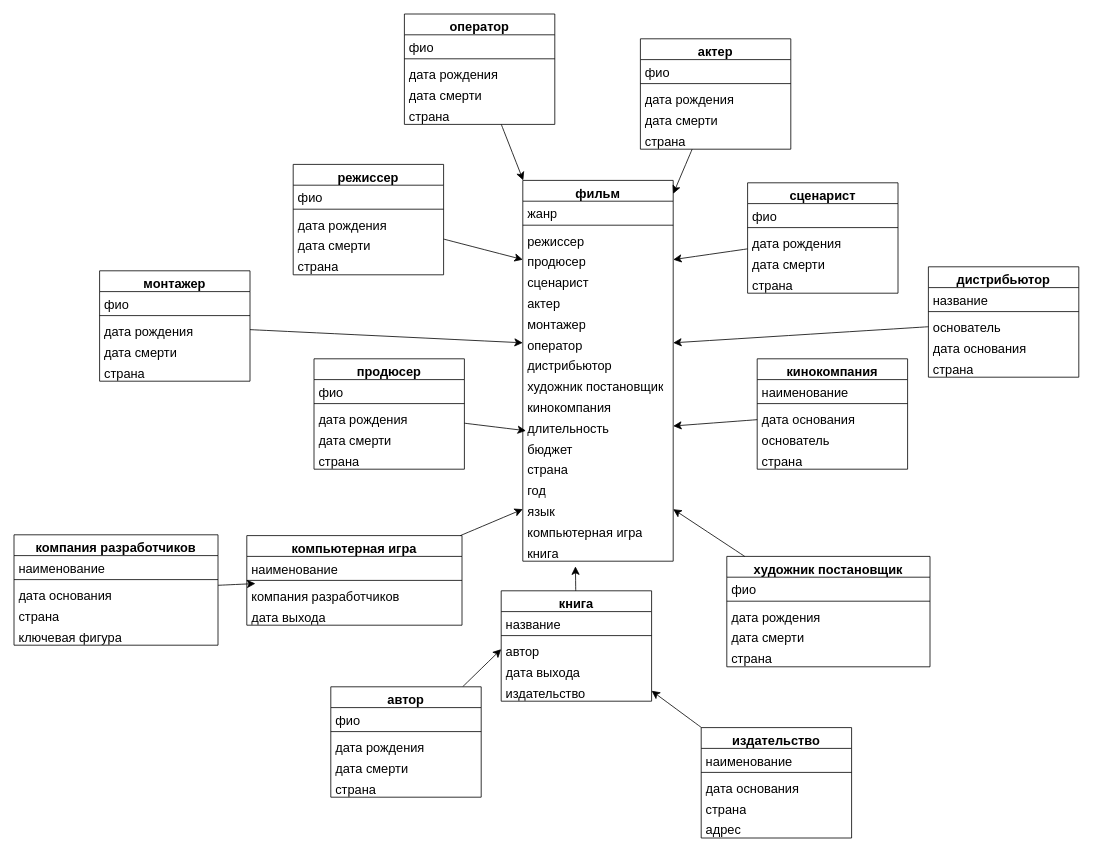
Earlier version of the draw.io diagram db.drawio (DiKachura/protege). Source tidied: cells renumbered, new cells numbered last; positions are measured from the earlier drawing's top-left corner, leaving out a move shared by most shapes. Both pictures are drawn from the tidied source at 80%, with x=0, y=0 at pixel (14, 14).
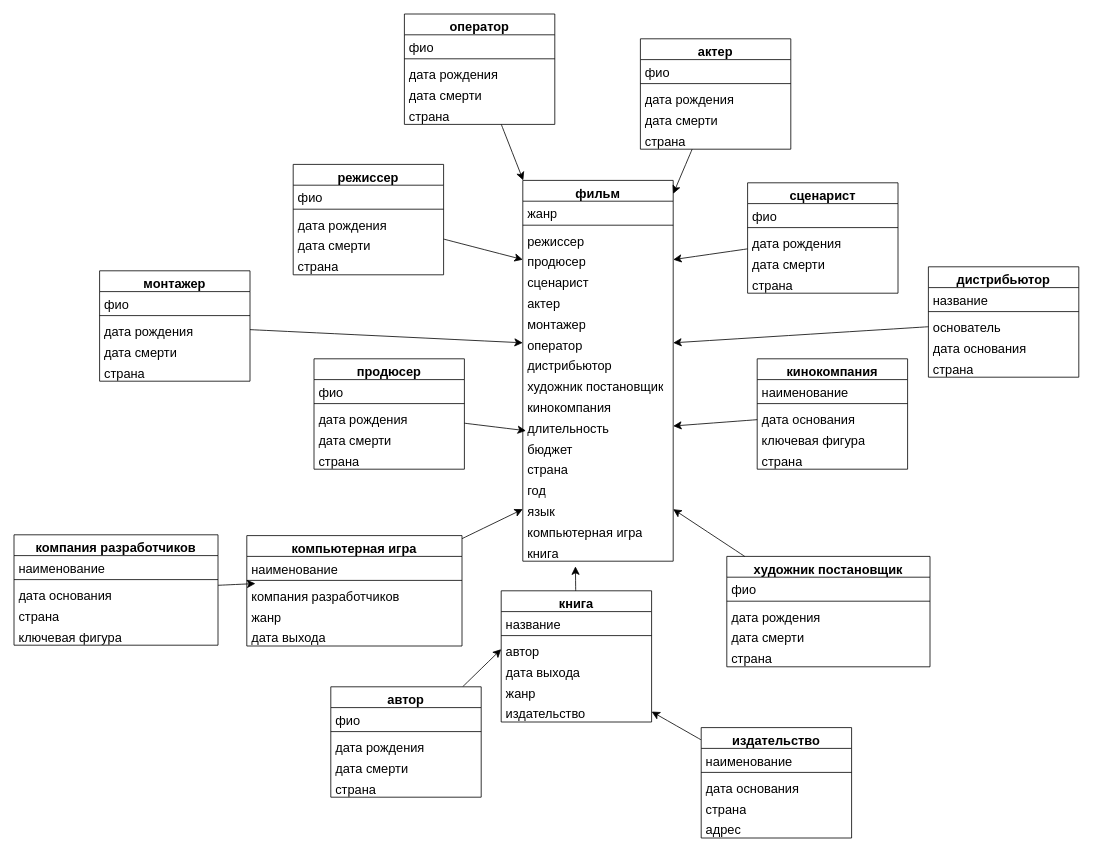
The same page after the edit.

Unchanged cells that the change refers to:
```xml
<mxCell id="29" value="кинокомпания" style="swimlane;fontStyle=1;align=center;verticalAlign=top;horizontal=1;startSize=26;whiteSpace=wrap;html=1;fontSize=16;" parent="1" vertex="1">
  <mxGeometry x="929" y="431" width="188" height="138" as="geometry" />
</mxCell>
```

What changed in the source:
```diff
@@
-    <mxCell id="33" value="основатель" style="text;strokeColor=none;fillColor=none;align=left;verticalAlign=top;spacingLeft=4;spacingRight=4;overflow=hidden;whiteSpace=wrap;html=1;fontSize=16;" parent="29" vertex="1">
+    <mxCell id="33" value="ключевая фигура&lt;br&gt;" style="text;strokeColor=none;fillColor=none;align=left;verticalAlign=top;spacingLeft=4;spacingRight=4;overflow=hidden;whiteSpace=wrap;html=1;fontSize=16;" parent="29" vertex="1">
       <mxGeometry y="86" width="188" height="26" as="geometry" />
     </mxCell>
@@
     <mxCell id="70" value="компьютерная игра" style="swimlane;fontStyle=1;align=center;verticalAlign=top;horizontal=1;startSize=26;whiteSpace=wrap;html=1;fontSize=16;" parent="1" vertex="1">
-      <mxGeometry x="291" y="652" width="269" height="112" as="geometry" />
+      <mxGeometry x="291" y="652" width="269" height="138" as="geometry" />
     </mxCell>
@@
+    <mxCell id="118" value="жанр" style="text;strokeColor=none;fillColor=none;align=left;verticalAlign=top;spacingLeft=4;spacingRight=4;overflow=hidden;whiteSpace=wrap;html=1;fontSize=16;" parent="70" vertex="1">
+      <mxGeometry y="86" width="269" height="26" as="geometry" />
+    </mxCell>
     <mxCell id="74" value="дата выхода" style="text;strokeColor=none;fillColor=none;align=left;verticalAlign=top;spacingLeft=4;spacingRight=4;overflow=hidden;whiteSpace=wrap;html=1;fontSize=16;" parent="70" vertex="1">
-      <mxGeometry y="86" width="269" height="26" as="geometry" />
+      <mxGeometry y="112" width="269" height="26" as="geometry" />
     </mxCell>
@@
     <mxCell id="76" value="книга" style="swimlane;fontStyle=1;align=center;verticalAlign=top;horizontal=1;startSize=26;whiteSpace=wrap;html=1;fontSize=16;" parent="1" vertex="1">
-      <mxGeometry x="609" y="721" width="188" height="138" as="geometry" />
+      <mxGeometry x="609" y="721" width="188" height="164" as="geometry" />
     </mxCell>
@@
+    <mxCell id="119" value="жанр" style="text;strokeColor=none;fillColor=none;align=left;verticalAlign=top;spacingLeft=4;spacingRight=4;overflow=hidden;whiteSpace=wrap;html=1;fontSize=16;" parent="76" vertex="1">
+      <mxGeometry y="112" width="188" height="26" as="geometry" />
+    </mxCell>
     <mxCell id="81" value="издательство" style="text;strokeColor=none;fillColor=none;align=left;verticalAlign=top;spacingLeft=4;spacingRight=4;overflow=hidden;points=[[0,0.5],[1,0.5]];portConstraint=eastwest;whiteSpace=wrap;html=1;fontSize=16;" parent="76" vertex="1">
-      <mxGeometry y="112" width="188" height="26" as="geometry" />
+      <mxGeometry y="138" width="188" height="26" as="geometry" />
     </mxCell>
```
